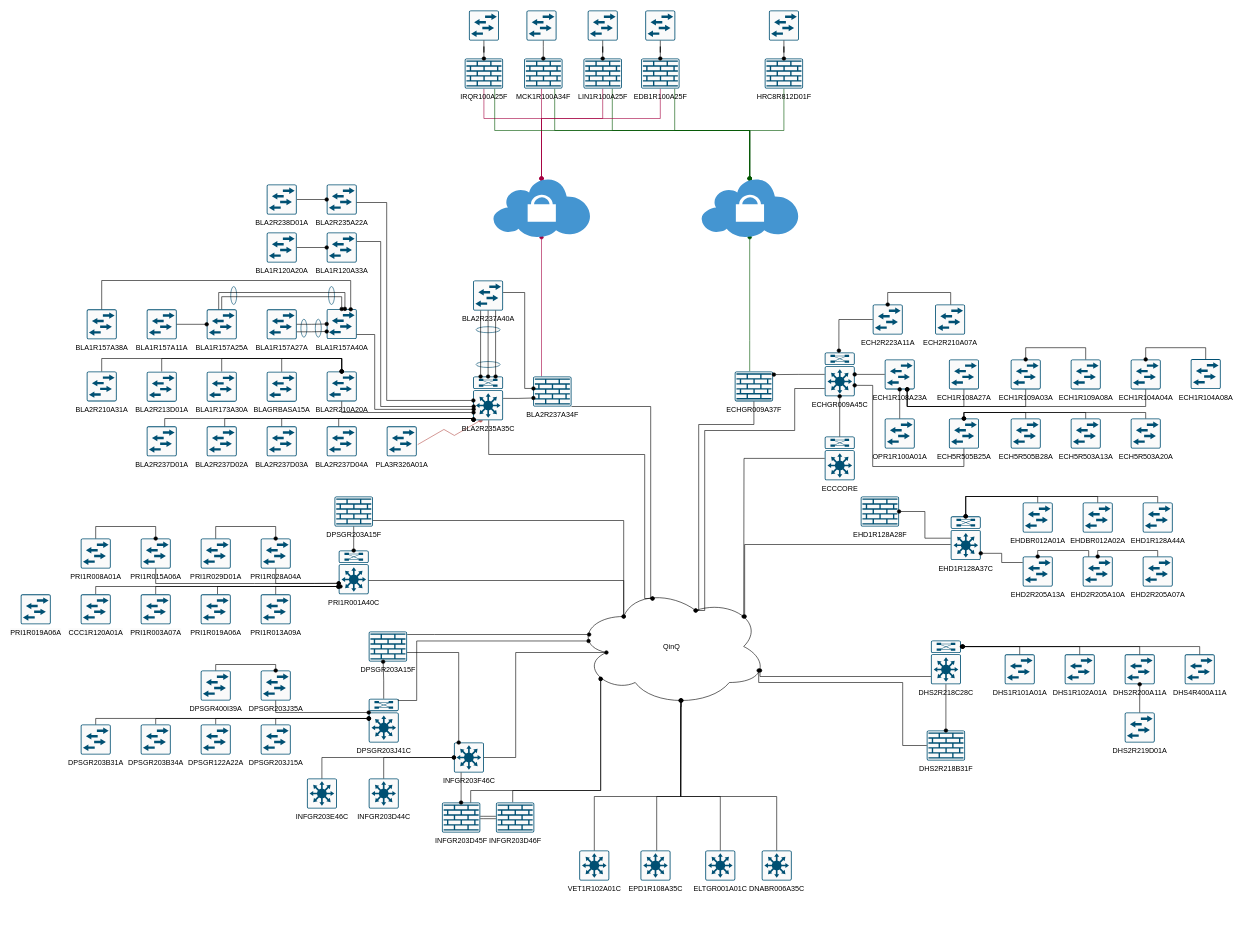
casssater/Casssater-page keeps this draw.io diagram as Untitled Diagram.drawio. Above is the earlier version. Source tidied: cells renumbered, new cells numbered last; positions are measured from the earlier drawing's top-left corner, leaving out a move shared by most shapes. Both pictures are drawn from the tidied source at 60%, with x=0, y=0 at pixel (20, 10).
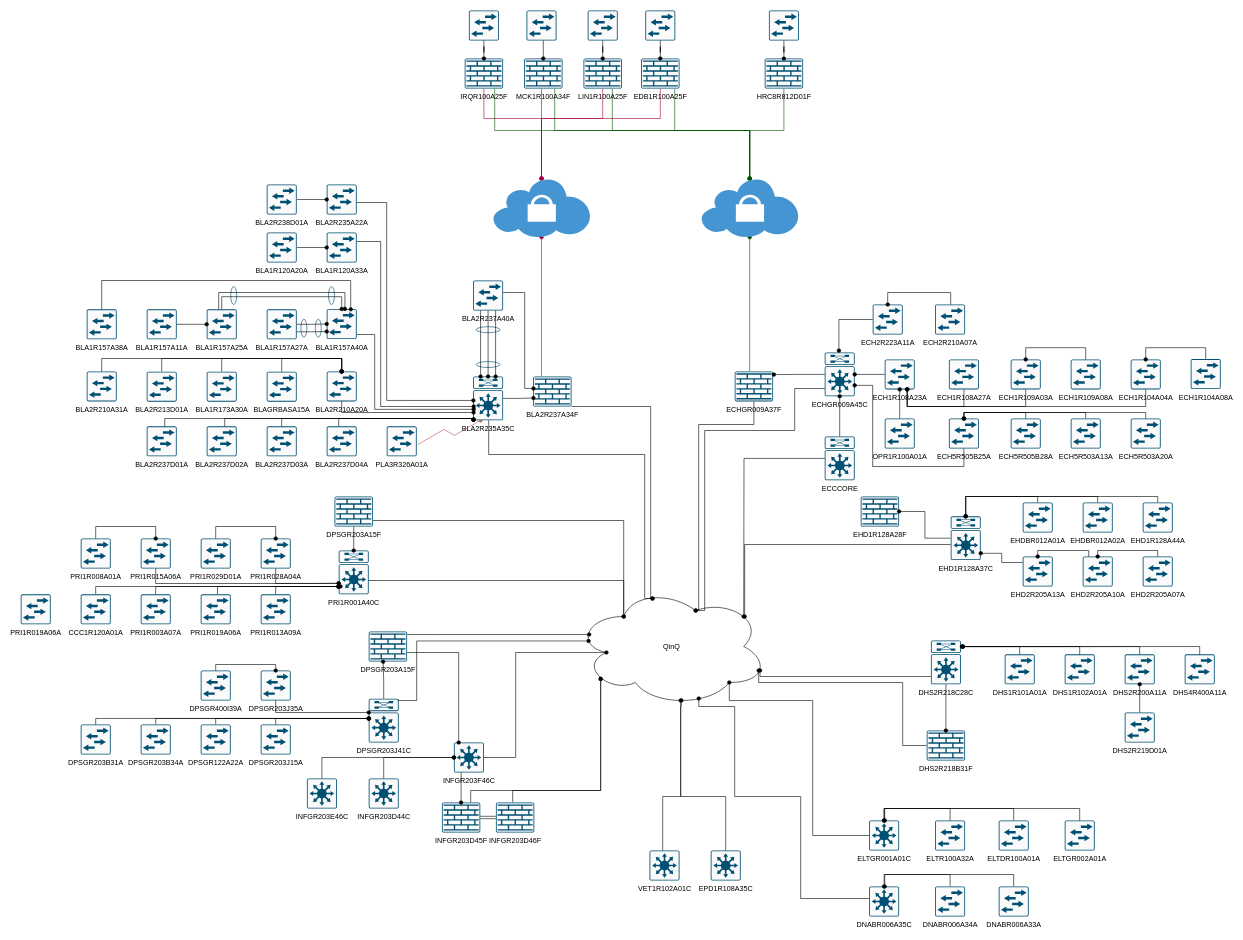
The same page after the edit.

The change refers to these unchanged cells:
```xml
<mxCell id="21" value="QinQ" style="ellipse;shape=cloud;whiteSpace=wrap;html=1;" parent="1" vertex="1">
  <mxGeometry x="925" y="960" width="320" height="200" as="geometry" />
</mxCell>
```

Change to the diagram source:
```diff
@@
     <mxCell id="15" value="EPD1R108A35C" style="sketch=0;points=[[0.015,0.015,0],[0.985,0.015,0],[0.985,0.985,0],[0.015,0.985,0],[0.25,0,0],[0.5,0,0],[0.75,0,0],[1,0.25,0],[1,0.5,0],[1,0.75,0],[0.75,1,0],[0.5,1,0],[0.25,1,0],[0,0.75,0],[0,0.5,0],[0,0.25,0]];verticalLabelPosition=bottom;html=1;verticalAlign=top;align=center;shape=mxgraph.cisco19.rect;prIcon=l3_switch;fillColor=#FAFAFA;strokeColor=#005073;" parent="1" vertex="1">
-      <mxGeometry x="1033" y="1400" width="50" height="50" as="geometry" />
+      <mxGeometry x="1150" y="1400" width="50" height="50" as="geometry" />
     </mxCell>
     <mxCell id="16" value="ELTGR001A01C" style="sketch=0;points=[[0.015,0.015,0],[0.985,0.015,0],[0.985,0.985,0],[0.015,0.985,0],[0.25,0,0],[0.5,0,0],[0.75,0,0],[1,0.25,0],[1,0.5,0],[1,0.75,0],[0.75,1,0],[0.5,1,0],[0.25,1,0],[0,0.75,0],[0,0.5,0],[0,0.25,0]];verticalLabelPosition=bottom;html=1;verticalAlign=top;align=center;shape=mxgraph.cisco19.rect;prIcon=l3_switch;fillColor=#FAFAFA;strokeColor=#005073;" parent="1" vertex="1">
-      <mxGeometry x="1141" y="1400" width="50" height="50" as="geometry" />
+      <mxGeometry x="1414" y="1350" width="50" height="50" as="geometry" />
     </mxCell>
     <mxCell id="17" value="DNABR006A35C" style="sketch=0;points=[[0.015,0.015,0],[0.985,0.015,0],[0.985,0.985,0],[0.015,0.985,0],[0.25,0,0],[0.5,0,0],[0.75,0,0],[1,0.25,0],[1,0.5,0],[1,0.75,0],[0.75,1,0],[0.5,1,0],[0.25,1,0],[0,0.75,0],[0,0.5,0],[0,0.25,0]];verticalLabelPosition=bottom;html=1;verticalAlign=top;align=center;shape=mxgraph.cisco19.rect;prIcon=l3_switch;fillColor=#FAFAFA;strokeColor=#005073;" parent="1" vertex="1">
-      <mxGeometry x="1235" y="1400" width="50" height="50" as="geometry" />
+      <mxGeometry x="1414" y="1460" width="50" height="50" as="geometry" />
     </mxCell>
@@
     <mxCell id="20" value="VET1R102A01C" style="sketch=0;points=[[0.015,0.015,0],[0.985,0.015,0],[0.985,0.985,0],[0.015,0.985,0],[0.25,0,0],[0.5,0,0],[0.75,0,0],[1,0.25,0],[1,0.5,0],[1,0.75,0],[0.75,1,0],[0.5,1,0],[0.25,1,0],[0,0.75,0],[0,0.5,0],[0,0.25,0]];verticalLabelPosition=bottom;html=1;verticalAlign=top;align=center;shape=mxgraph.cisco19.rect;prIcon=l3_switch;fillColor=#FAFAFA;strokeColor=#005073;" parent="1" vertex="1">
-      <mxGeometry x="931" y="1400" width="50" height="50" as="geometry" />
+      <mxGeometry x="1048" y="1400" width="50" height="50" as="geometry" />
     </mxCell>
@@
     <mxCell id="25" style="edgeStyle=orthogonalEdgeStyle;rounded=0;jettySize=auto;html=1;endArrow=oval;endFill=1;" parent="1" edge="1" source="20">
       <mxGeometry relative="1" as="geometry">
         <mxPoint x="1100" y="1150" as="targetPoint" />
         <Array as="points">
-          <mxPoint x="956" y="1310" />
+          <mxPoint x="1070" y="1310" />
           <mxPoint x="1100" y="1310" />
         </Array>
       </mxGeometry>
     </mxCell>
     <mxCell id="26" style="edgeStyle=orthogonalEdgeStyle;rounded=0;jettySize=auto;html=1;entryX=0.55;entryY=0.95;entryDx=0;entryDy=0;entryPerimeter=0;endArrow=oval;endFill=1;" parent="1" edge="1" source="15" target="21">
       <mxGeometry relative="1" as="geometry">
         <Array as="points">
-          <mxPoint x="1060" y="1310" />
+          <mxPoint x="1175" y="1310" />
           <mxPoint x="1100" y="1310" />
           <mxPoint x="1100" y="1160" />
           <mxPoint x="1101" y="1160" />
         </Array>
       </mxGeometry>
     </mxCell>
-    <mxCell id="27" style="edgeStyle=orthogonalEdgeStyle;rounded=0;jettySize=auto;html=1;entryX=0.55;entryY=0.95;entryDx=0;entryDy=0;entryPerimeter=0;endArrow=oval;endFill=1;" parent="1" edge="1" source="16" target="21">
+    <mxCell id="27" style="edgeStyle=orthogonalEdgeStyle;rounded=0;jettySize=auto;html=1;entryX=0.8;entryY=0.8;entryDx=0;entryDy=0;entryPerimeter=0;endArrow=oval;endFill=1;" parent="1" edge="1" source="16" target="21">
       <mxGeometry relative="1" as="geometry">
         <Array as="points">
-          <mxPoint x="1166" y="1310" />
-          <mxPoint x="1100" y="1310" />
-          <mxPoint x="1100" y="1150" />
+          <mxPoint x="1320" y="1375" />
+          <mxPoint x="1320" y="1150" />
+          <mxPoint x="1181" y="1150" />
         </Array>
       </mxGeometry>
     </mxCell>
-    <mxCell id="28" style="edgeStyle=orthogonalEdgeStyle;rounded=0;jettySize=auto;html=1;endArrow=oval;endFill=1;" parent="1" edge="1" source="17">
+    <mxCell id="28" style="edgeStyle=orthogonalEdgeStyle;rounded=0;jettySize=auto;html=1;endArrow=oval;endFill=1;entryX=0.641;entryY=0.933;entryDx=0;entryDy=0;entryPerimeter=0;" parent="1" edge="1" source="17" target="21">
       <mxGeometry relative="1" as="geometry">
-        <mxPoint x="1100" y="1150" as="targetPoint" />
         <Array as="points">
-          <mxPoint x="1260" y="1310" />
-          <mxPoint x="1100" y="1310" />
+          <mxPoint x="1300" y="1480" />
+          <mxPoint x="1300" y="1310" />
+          <mxPoint x="1190" y="1310" />
+          <mxPoint x="1190" y="1160" />
+          <mxPoint x="1130" y="1160" />
         </Array>
       </mxGeometry>
     </mxCell>
@@
+    <mxCell id="212" value="ELTR100A32A" style="sketch=0;points=[[0.015,0.015,0],[0.985,0.015,0],[0.985,0.985,0],[0.015,0.985,0],[0.25,0,0],[0.5,0,0],[0.75,0,0],[1,0.25,0],[1,0.5,0],[1,0.75,0],[0.75,1,0],[0.5,1,0],[0.25,1,0],[0,0.75,0],[0,0.5,0],[0,0.25,0]];verticalLabelPosition=bottom;html=1;verticalAlign=top;align=center;shape=mxgraph.cisco19.rect;prIcon=l2_switch;fillColor=#FAFAFA;strokeColor=#005073;fontFamily=Helvetica;fontSize=12;fontColor=default;" parent="1" vertex="1">
+      <mxGeometry x="1524" y="1350" width="50" height="50" as="geometry" />
+    </mxCell>
+    <mxCell id="213" style="edgeStyle=orthogonalEdgeStyle;shape=connector;rounded=0;jettySize=auto;html=1;labelBackgroundColor=default;strokeColor=default;align=center;verticalAlign=middle;fontFamily=Helvetica;fontSize=12;fontColor=default;endArrow=oval;endFill=1;" parent="1" edge="1" source="214">
+      <mxGeometry relative="1" as="geometry">
+        <mxPoint x="1440" y="1350" as="targetPoint" />
+        <Array as="points">
+          <mxPoint x="1655" y="1330" />
+          <mxPoint x="1440" y="1330" />
+        </Array>
+      </mxGeometry>
+    </mxCell>
+    <mxCell id="214" value="ELTDR100A01A" style="sketch=0;points=[[0.015,0.015,0],[0.985,0.015,0],[0.985,0.985,0],[0.015,0.985,0],[0.25,0,0],[0.5,0,0],[0.75,0,0],[1,0.25,0],[1,0.5,0],[1,0.75,0],[0.75,1,0],[0.5,1,0],[0.25,1,0],[0,0.75,0],[0,0.5,0],[0,0.25,0]];verticalLabelPosition=bottom;html=1;verticalAlign=top;align=center;shape=mxgraph.cisco19.rect;prIcon=l2_switch;fillColor=#FAFAFA;strokeColor=#005073;fontFamily=Helvetica;fontSize=12;fontColor=default;" parent="1" vertex="1">
+      <mxGeometry x="1630" y="1350" width="50" height="50" as="geometry" />
+    </mxCell>
+    <mxCell id="215" value="ELTGR002A01A" style="sketch=0;points=[[0.015,0.015,0],[0.985,0.015,0],[0.985,0.985,0],[0.015,0.985,0],[0.25,0,0],[0.5,0,0],[0.75,0,0],[1,0.25,0],[1,0.5,0],[1,0.75,0],[0.75,1,0],[0.5,1,0],[0.25,1,0],[0,0.75,0],[0,0.5,0],[0,0.25,0]];verticalLabelPosition=bottom;html=1;verticalAlign=top;align=center;shape=mxgraph.cisco19.rect;prIcon=l2_switch;fillColor=#FAFAFA;strokeColor=#005073;fontFamily=Helvetica;fontSize=12;fontColor=default;" parent="1" vertex="1">
+      <mxGeometry x="1740" y="1350" width="50" height="50" as="geometry" />
+    </mxCell>
+    <mxCell id="216" style="edgeStyle=orthogonalEdgeStyle;shape=connector;rounded=0;jettySize=auto;html=1;entryX=0.5;entryY=0;entryDx=0;entryDy=0;entryPerimeter=0;labelBackgroundColor=default;strokeColor=default;align=center;verticalAlign=middle;fontFamily=Helvetica;fontSize=12;fontColor=default;endArrow=oval;endFill=1;" parent="1" edge="1" source="212" target="16">
+      <mxGeometry relative="1" as="geometry">
+        <Array as="points">
+          <mxPoint x="1549" y="1330" />
+          <mxPoint x="1439" y="1330" />
+        </Array>
+      </mxGeometry>
+    </mxCell>
+    <mxCell id="217" style="edgeStyle=orthogonalEdgeStyle;shape=connector;rounded=0;jettySize=auto;html=1;entryX=0.5;entryY=0;entryDx=0;entryDy=0;entryPerimeter=0;labelBackgroundColor=default;strokeColor=default;align=center;verticalAlign=middle;fontFamily=Helvetica;fontSize=12;fontColor=default;endArrow=oval;endFill=1;" parent="1" edge="1" source="215" target="16">
+      <mxGeometry relative="1" as="geometry">
+        <Array as="points">
+          <mxPoint x="1765" y="1330" />
+          <mxPoint x="1439" y="1330" />
+        </Array>
+      </mxGeometry>
+    </mxCell>
+    <mxCell id="218" value="DNABR006A34A" style="sketch=0;points=[[0.015,0.015,0],[0.985,0.015,0],[0.985,0.985,0],[0.015,0.985,0],[0.25,0,0],[0.5,0,0],[0.75,0,0],[1,0.25,0],[1,0.5,0],[1,0.75,0],[0.75,1,0],[0.5,1,0],[0.25,1,0],[0,0.75,0],[0,0.5,0],[0,0.25,0]];verticalLabelPosition=bottom;html=1;verticalAlign=top;align=center;shape=mxgraph.cisco19.rect;prIcon=l2_switch;fillColor=#FAFAFA;strokeColor=#005073;fontFamily=Helvetica;fontSize=12;fontColor=default;" parent="1" vertex="1">
+      <mxGeometry x="1524" y="1460" width="50" height="50" as="geometry" />
+    </mxCell>
+    <mxCell id="219" style="edgeStyle=orthogonalEdgeStyle;shape=connector;rounded=0;jettySize=auto;html=1;labelBackgroundColor=default;strokeColor=default;align=center;verticalAlign=middle;fontFamily=Helvetica;fontSize=12;fontColor=default;endArrow=oval;endFill=1;" parent="1" edge="1" source="220">
+      <mxGeometry relative="1" as="geometry">
+        <mxPoint x="1440" y="1460" as="targetPoint" />
+        <Array as="points">
+          <mxPoint x="1655" y="1440" />
+          <mxPoint x="1440" y="1440" />
+        </Array>
+      </mxGeometry>
+    </mxCell>
+    <mxCell id="220" value="DNABR006A33A" style="sketch=0;points=[[0.015,0.015,0],[0.985,0.015,0],[0.985,0.985,0],[0.015,0.985,0],[0.25,0,0],[0.5,0,0],[0.75,0,0],[1,0.25,0],[1,0.5,0],[1,0.75,0],[0.75,1,0],[0.5,1,0],[0.25,1,0],[0,0.75,0],[0,0.5,0],[0,0.25,0]];verticalLabelPosition=bottom;html=1;verticalAlign=top;align=center;shape=mxgraph.cisco19.rect;prIcon=l2_switch;fillColor=#FAFAFA;strokeColor=#005073;fontFamily=Helvetica;fontSize=12;fontColor=default;" parent="1" vertex="1">
+      <mxGeometry x="1630" y="1460" width="50" height="50" as="geometry" />
+    </mxCell>
+    <mxCell id="221" style="edgeStyle=orthogonalEdgeStyle;shape=connector;rounded=0;jettySize=auto;html=1;entryX=0.5;entryY=0;entryDx=0;entryDy=0;entryPerimeter=0;labelBackgroundColor=default;strokeColor=default;align=center;verticalAlign=middle;fontFamily=Helvetica;fontSize=12;fontColor=default;endArrow=oval;endFill=1;" parent="1" edge="1" source="218" target="17">
+      <mxGeometry relative="1" as="geometry">
+        <Array as="points">
+          <mxPoint x="1549" y="1440" />
+          <mxPoint x="1439" y="1440" />
+        </Array>
+      </mxGeometry>
+    </mxCell>
```
